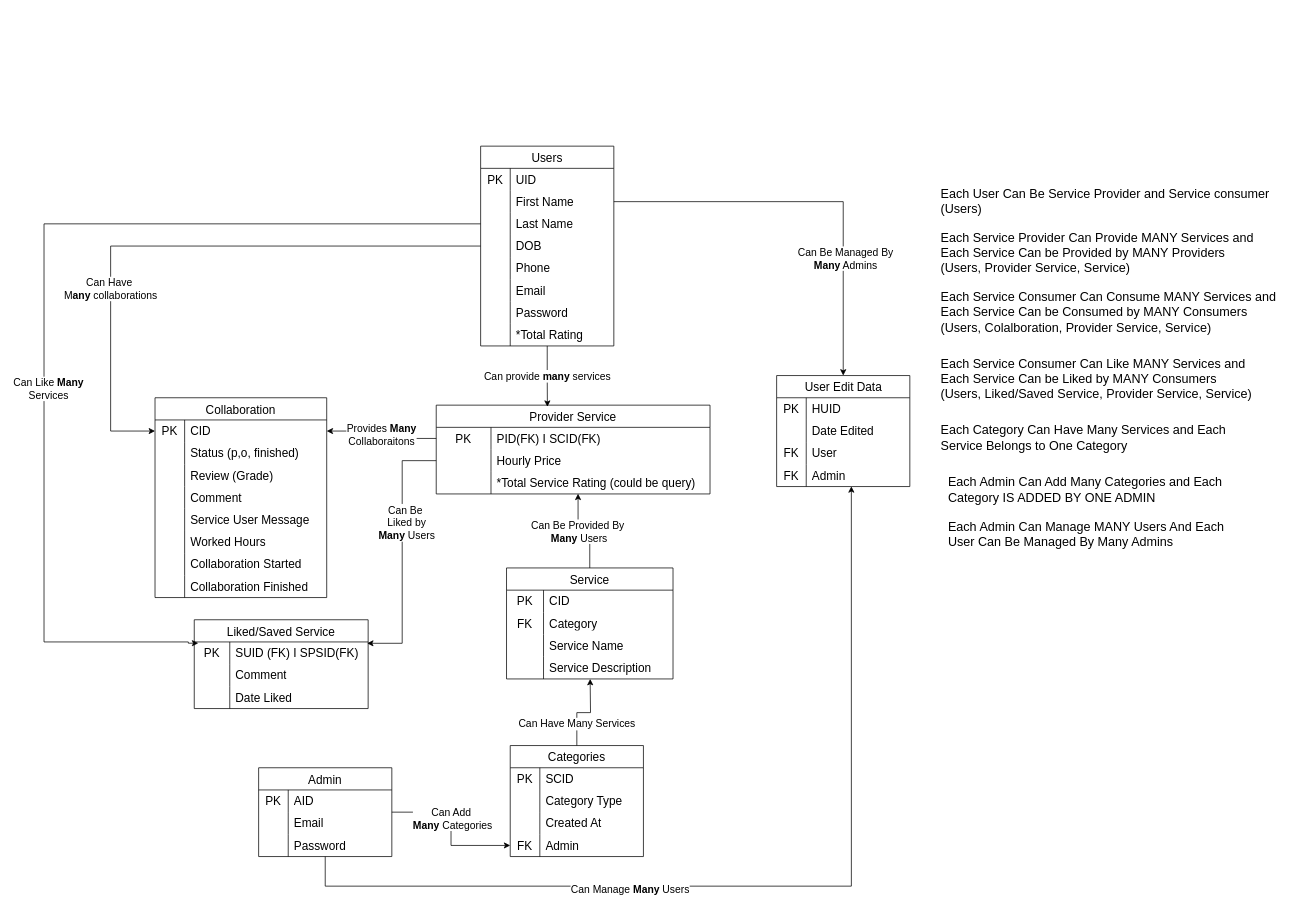
Before: Inwousluga.drawio in AndNijaz/Inwobill, a draw.io diagram. Source tidied: cells renumbered, new cells numbered last; positions are measured from the earlier drawing's top-left corner, leaving out a move shared by most shapes. Both pictures are drawn from the tidied source at 74%, with x=0, y=0 at pixel (44, 146).
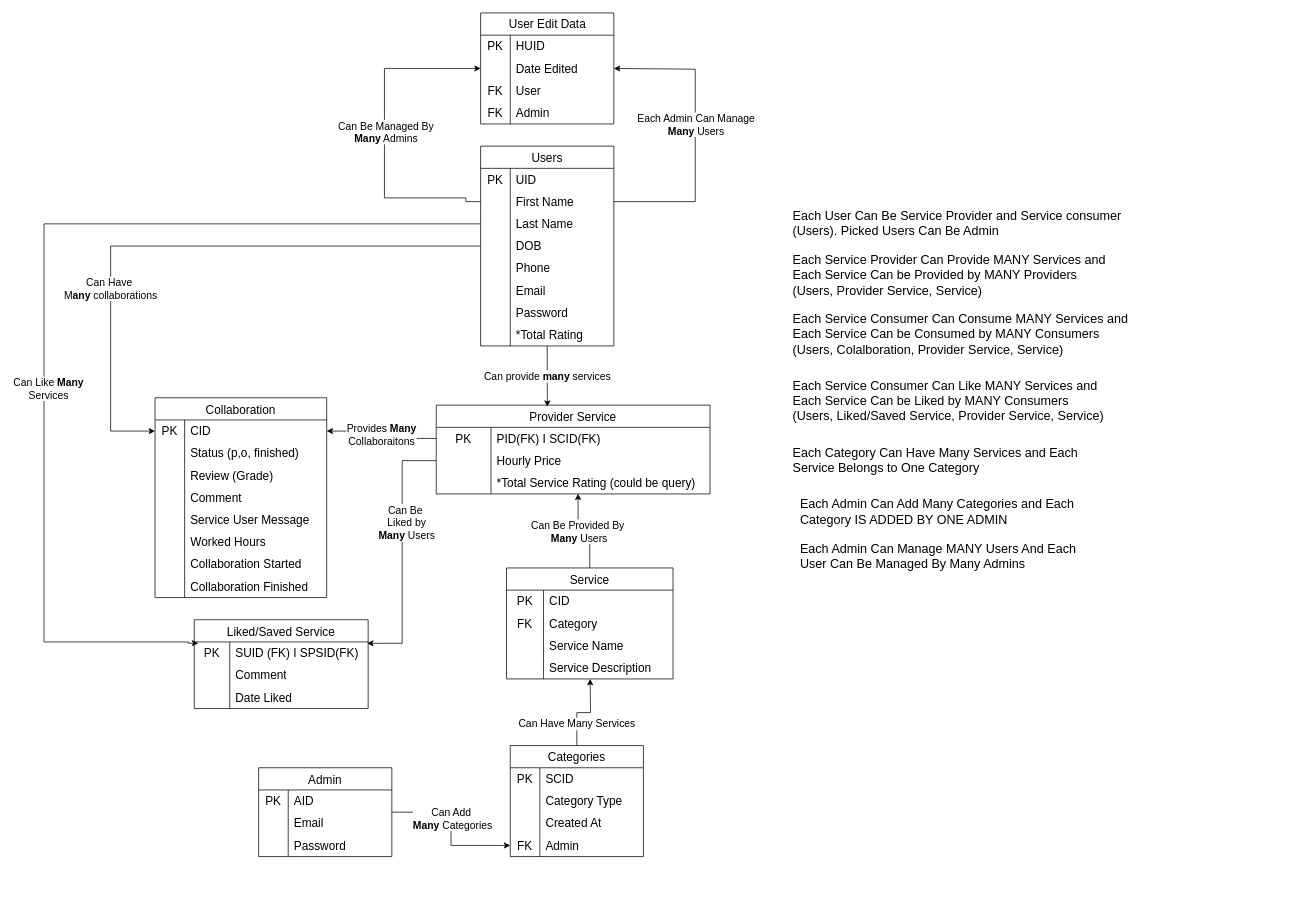
After the change.

Unchanged cells that the change refers to:
```xml
<mxCell id="85" style="shape=tableRow;horizontal=0;startSize=0;swimlaneHead=0;swimlaneBody=0;top=0;left=0;bottom=0;right=0;fillColor=none;points=[[0,0.5],[1,0.5]];portConstraint=eastwest;strokeColor=inherit;fontSize=16;" parent="81" vertex="1">
  <mxGeometry y="60" width="180" height="30" as="geometry" />
</mxCell>
<mxCell id="108" value="Admin" style="shape=table;startSize=30;childLayout=tableLayout;rowLines=0;fontStyle=0;strokeColor=default;fontSize=16;" parent="1" vertex="1">
  <mxGeometry x="290" y="840" width="180" height="120" as="geometry" />
</mxCell>
<mxCell id="127" style="shape=tableRow;horizontal=0;startSize=0;swimlaneHead=0;swimlaneBody=0;top=0;left=0;bottom=0;right=0;fillColor=none;points=[[0,0.5],[1,0.5]];portConstraint=eastwest;strokeColor=inherit;fontSize=16;" parent="123" vertex="1">
  <mxGeometry y="60" width="180" height="30" as="geometry" />
</mxCell>
<mxCell id="133" style="shape=tableRow;horizontal=0;startSize=0;swimlaneHead=0;swimlaneBody=0;top=0;left=0;bottom=0;right=0;fillColor=none;points=[[0,0.5],[1,0.5]];portConstraint=eastwest;strokeColor=inherit;fontSize=16;" parent="123" vertex="1">
  <mxGeometry y="120" width="180" height="30" as="geometry" />
</mxCell>
```

Diff of the diagram source:
```diff
@@
     <mxCell id="123" value="User Edit Data" style="shape=table;startSize=30;childLayout=tableLayout;rowLines=0;fontStyle=0;strokeColor=default;fontSize=16;html=1;" parent="1" vertex="1">
-      <mxGeometry x="990" y="310" width="180" height="150" as="geometry" />
+      <mxGeometry x="590" y="-180" width="180" height="150" as="geometry" />
     </mxCell>
@@
-    <mxCell id="136" style="edgeStyle=orthogonalEdgeStyle;rounded=0;jettySize=auto;html=1;entryX=0.561;entryY=0.99;entryDx=0;entryDy=0;entryPerimeter=0;" parent="1" edge="1" source="108" target="133">
-      <mxGeometry relative="1" as="geometry">
-        <Array as="points">
-          <mxPoint x="380" y="1000" />
-          <mxPoint x="1091" y="1000" />
-        </Array>
-      </mxGeometry>
-    </mxCell>
-    <mxCell id="137" value="Can Manage &lt;b style=&quot;font-size: 14px;&quot;&gt;Many&lt;/b&gt; Users" style="edgeLabel;html=1;align=center;verticalAlign=middle;fontSize=14;" parent="136" vertex="1">
-      <mxGeometry x="-0.3" y="-5" relative="1" as="geometry">
-        <mxPoint x="-1" y="-1" as="offset" />
-      </mxGeometry>
-    </mxCell>
-    <mxCell id="138" style="edgeStyle=orthogonalEdgeStyle;rounded=0;jettySize=auto;html=1;entryX=0.5;entryY=0;entryDx=0;entryDy=0;" parent="1" edge="1" source="85" target="123">
-      <mxGeometry relative="1" as="geometry" />
+    <mxCell id="138" style="edgeStyle=orthogonalEdgeStyle;rounded=0;jettySize=auto;html=1;entryX=0;entryY=0.5;entryDx=0;entryDy=0;" parent="1" edge="1" source="85" target="127">
+      <mxGeometry relative="1" as="geometry">
+        <Array as="points">
+          <mxPoint x="570" y="75" />
+          <mxPoint x="570" y="70" />
+          <mxPoint x="460" y="70" />
+          <mxPoint x="460" y="-105" />
+        </Array>
+      </mxGeometry>
     </mxCell>
     <mxCell id="139" value="Can Be Managed By&lt;div style=&quot;font-size: 14px;&quot;&gt;&lt;b style=&quot;font-size: 14px;&quot;&gt;Many&lt;/b&gt; Admins&lt;/div&gt;" style="edgeLabel;html=1;align=center;verticalAlign=middle;fontSize=14;" parent="138" vertex="1">
       <mxGeometry x="0.42" y="2" relative="1" as="geometry">
-        <mxPoint y="-1" as="offset" />
+        <mxPoint x="-1" y="87" as="offset" />
       </mxGeometry>
     </mxCell>
-    <mxCell id="140" value="&lt;font style=&quot;font-size: 17px;&quot;&gt;Each User Can Be Service Provider and Service consumer&amp;nbsp;&lt;/font&gt;&lt;div&gt;&lt;font style=&quot;font-size: 17px;&quot;&gt;(Users)&amp;nbsp;&lt;/font&gt;&lt;/div&gt;" style="text;html=1;align=left;verticalAlign=middle;strokeColor=none;fillColor=none;" parent="1" vertex="1">
-      <mxGeometry x="1210" y="50" width="470" height="50" as="geometry" />
+    <mxCell id="140" value="&lt;font style=&quot;font-size: 17px;&quot;&gt;Each User Can Be Service Provider and Service consumer&amp;nbsp;&lt;/font&gt;&lt;div&gt;&lt;font style=&quot;font-size: 17px;&quot;&gt;(Users). Picked Users Can Be Admin&lt;/font&gt;&lt;/div&gt;" style="text;html=1;align=left;verticalAlign=middle;strokeColor=none;fillColor=none;" parent="1" vertex="1">
+      <mxGeometry x="1010" y="80" width="470" height="50" as="geometry" />
     </mxCell>
     <mxCell id="141" value="&lt;font style=&quot;font-size: 17px;&quot;&gt;Each Service Provider Can Provide MANY Services and&lt;/font&gt;&lt;div&gt;&lt;font style=&quot;font-size: 17px;&quot;&gt;Each Service Can be&amp;nbsp;Provided by MANY Providers&amp;nbsp;&lt;/font&gt;&lt;/div&gt;&lt;div&gt;&lt;font style=&quot;font-size: 17px;&quot;&gt;(Users, Provider Service, Service)&lt;/font&gt;&lt;/div&gt;" style="text;html=1;align=left;verticalAlign=middle;strokeColor=none;fillColor=none;" parent="1" vertex="1">
-      <mxGeometry x="1210" y="110" width="450" height="70" as="geometry" />
+      <mxGeometry x="1010" y="140" width="450" height="70" as="geometry" />
     </mxCell>
     <mxCell id="142" value="&lt;span style=&quot;font-size: 17px;&quot;&gt;Each Service Consumer Can Consume MANY Services and&lt;/span&gt;&lt;div&gt;&lt;span style=&quot;font-size: 17px;&quot;&gt;Each Service Can be Consumed by MANY Consumers&amp;nbsp;&lt;/span&gt;&lt;/div&gt;&lt;div&gt;&lt;span style=&quot;font-size: 17px;&quot;&gt;(Users, Colalboration, Provider Service, Service)&lt;/span&gt;&lt;/div&gt;" style="text;html=1;align=left;verticalAlign=middle;strokeColor=none;fillColor=none;" parent="1" vertex="1">
-      <mxGeometry x="1210" y="190" width="480" height="70" as="geometry" />
+      <mxGeometry x="1010" y="220" width="480" height="70" as="geometry" />
     </mxCell>
     <mxCell id="143" value="&lt;span style=&quot;font-size: 17px;&quot;&gt;Each Service Consumer Can Like MANY Services and&lt;/span&gt;&lt;div&gt;&lt;span style=&quot;font-size: 17px;&quot;&gt;Each Service Can be Liked by MANY Consumers&amp;nbsp;&lt;/span&gt;&lt;/div&gt;&lt;div&gt;&lt;span style=&quot;font-size: 17px;&quot;&gt;(Users, Liked/Saved Service, Provider Service, Service)&lt;/span&gt;&lt;/div&gt;" style="text;html=1;align=left;verticalAlign=middle;strokeColor=none;fillColor=none;" parent="1" vertex="1">
-      <mxGeometry x="1210" y="280" width="440" height="70" as="geometry" />
+      <mxGeometry x="1010" y="310" width="440" height="70" as="geometry" />
     </mxCell>
     <mxCell id="144" value="&lt;span style=&quot;font-size: 17px;&quot;&gt;Each Category Can Have Many Services and Each&amp;nbsp;&lt;/span&gt;&lt;div&gt;&lt;span style=&quot;font-size: 17px;&quot;&gt;Service Belongs to One Category&lt;/span&gt;&lt;/div&gt;" style="text;html=1;align=left;verticalAlign=middle;strokeColor=none;fillColor=none;" parent="1" vertex="1">
-      <mxGeometry x="1210" y="370" width="410" height="50" as="geometry" />
+      <mxGeometry x="1010" y="400" width="410" height="50" as="geometry" />
     </mxCell>
     <mxCell id="145" value="&lt;span style=&quot;font-size: 17px;&quot;&gt;Each Admin Can Add Many Categories and Each&amp;nbsp;&lt;/span&gt;&lt;div&gt;&lt;span style=&quot;font-size: 17px;&quot;&gt;Category IS ADDED BY ONE ADMIN&lt;/span&gt;&lt;/div&gt;" style="text;html=1;align=left;verticalAlign=middle;strokeColor=none;fillColor=none;" parent="1" vertex="1">
-      <mxGeometry x="1220" y="440" width="400" height="50" as="geometry" />
+      <mxGeometry x="1020" y="470" width="400" height="50" as="geometry" />
     </mxCell>
     <mxCell id="146" value="&lt;span style=&quot;font-size: 17px;&quot;&gt;Each Admin Can Manage MANY Users And Each&amp;nbsp;&lt;/span&gt;&lt;div&gt;&lt;span style=&quot;font-size: 17px;&quot;&gt;User Can Be Managed By Many Admins&lt;/span&gt;&lt;/div&gt;" style="text;html=1;align=left;verticalAlign=middle;strokeColor=none;fillColor=none;" parent="1" vertex="1">
-      <mxGeometry x="1220" y="500" width="400" height="50" as="geometry" />
+      <mxGeometry x="1020" y="530" width="400" height="50" as="geometry" />
     </mxCell>
+    <mxCell id="147" style="edgeStyle=orthogonalEdgeStyle;rounded=0;jettySize=auto;html=1;entryX=1;entryY=0.5;entryDx=0;entryDy=0;" parent="1" edge="1" source="85" target="127">
+      <mxGeometry relative="1" as="geometry">
+        <Array as="points">
+          <mxPoint x="880" y="75" />
+          <mxPoint x="880" y="-104" />
+          <mxPoint x="770" y="-104" />
+        </Array>
+      </mxGeometry>
+    </mxCell>
+    <mxCell id="148" value="&lt;font style=&quot;font-size: 14px;&quot;&gt;Each Admin Can Manage&lt;/font&gt;&lt;div style=&quot;font-size: 14px;&quot;&gt;&lt;font style=&quot;font-size: 14px;&quot;&gt;&lt;b&gt;Many &lt;/b&gt;Users&lt;/font&gt;&lt;/div&gt;" style="edgeLabel;html=1;align=center;verticalAlign=middle;" parent="147" vertex="1">
+      <mxGeometry x="0.26" y="-1" relative="1" as="geometry">
+        <mxPoint x="-1" y="36" as="offset" />
+      </mxGeometry>
+    </mxCell>
```
